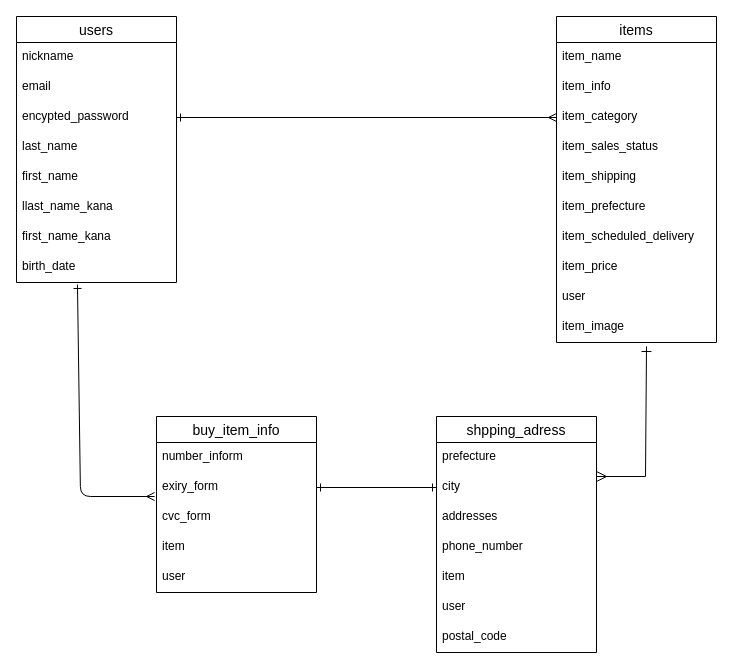
Earlier version of the draw.io diagram test.dio (tamurakenta/furima-39688). Source tidied: cells renumbered, new cells numbered last; positions are measured from the earlier drawing's top-left corner, leaving out a move shared by most shapes. Both pictures are drawn from the tidied source at 100%, with x=0, y=0 at pixel (16, 16).
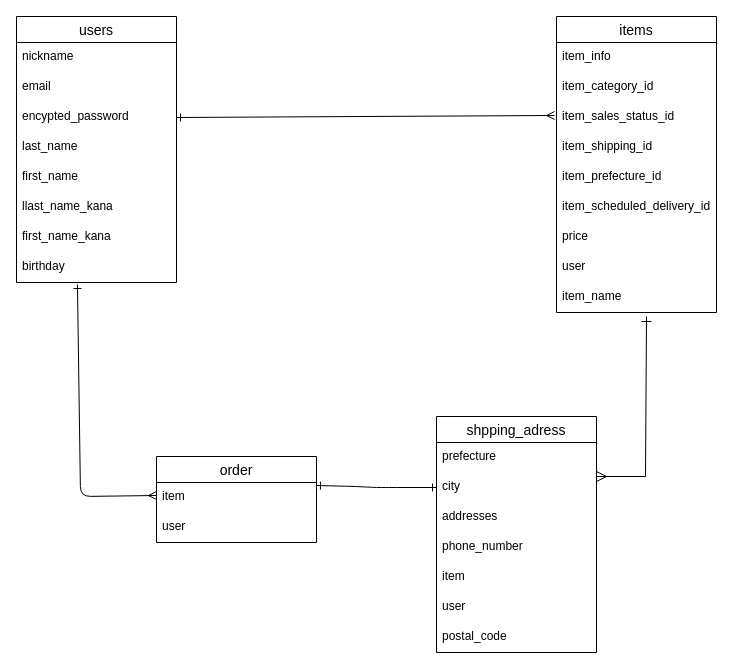
After the change.

The change refers to these unchanged cells:
```xml
<mxCell id="2" value="users" style="swimlane;fontStyle=0;horizontal=1;startSize=26;align=center;fontSize=14;rounded=0;" parent="1" vertex="1">
  <mxGeometry width="160" height="266" as="geometry" />
</mxCell>
<mxCell id="5" value="encypted_password" style="text;strokeColor=none;fillColor=none;spacingLeft=4;spacingRight=4;overflow=hidden;points=[[0,0.5],[1,0.5]];portConstraint=eastwest;fontSize=12;rounded=0;" parent="2" vertex="1">
  <mxGeometry y="86" width="160" height="30" as="geometry" />
</mxCell>
<mxCell id="30" value="city" style="text;strokeColor=none;fillColor=none;spacingLeft=4;spacingRight=4;overflow=hidden;points=[[0,0.5],[1,0.5]];portConstraint=eastwest;fontSize=12;rounded=0;" parent="28" vertex="1">
  <mxGeometry y="56" width="160" height="30" as="geometry" />
</mxCell>
```

The edit, as a diff of the source:
```diff
@@
-    <mxCell id="10" value="birth_date" style="text;strokeColor=none;fillColor=none;spacingLeft=4;spacingRight=4;overflow=hidden;points=[[0,0.5],[1,0.5]];portConstraint=eastwest;fontSize=12;rounded=0;" parent="2" vertex="1">
+    <mxCell id="10" value="birthday" style="text;strokeColor=none;fillColor=none;spacingLeft=4;spacingRight=4;overflow=hidden;points=[[0,0.5],[1,0.5]];portConstraint=eastwest;fontSize=12;rounded=0;" parent="2" vertex="1">
       <mxGeometry y="236" width="160" height="30" as="geometry" />
     </mxCell>
     <mxCell id="11" value="items" style="swimlane;fontStyle=0;horizontal=1;startSize=26;align=center;fontSize=14;rounded=0;" parent="1" vertex="1">
-      <mxGeometry x="540" width="160" height="326" as="geometry" />
+      <mxGeometry x="540" width="160" height="296" as="geometry" />
     </mxCell>
-    <mxCell id="12" value="item_name" style="text;strokeColor=none;fillColor=none;spacingLeft=4;spacingRight=4;overflow=hidden;fontSize=12;rounded=0;" parent="11" vertex="1">
-      <mxGeometry y="26" width="160" height="30" as="geometry" />
-    </mxCell>
     <mxCell id="13" value="item_info" style="text;strokeColor=none;fillColor=none;spacingLeft=4;spacingRight=4;overflow=hidden;fontSize=12;rounded=0;" parent="11" vertex="1">
-      <mxGeometry y="56" width="160" height="30" as="geometry" />
+      <mxGeometry y="26" width="160" height="30" as="geometry" />
     </mxCell>
-    <mxCell id="14" value="item_category" style="text;strokeColor=none;fillColor=none;spacingLeft=4;spacingRight=4;overflow=hidden;points=[[0,0.5],[1,0.5]];portConstraint=eastwest;fontSize=12;" parent="11" vertex="1">
-      <mxGeometry y="86" width="160" height="30" as="geometry" />
+    <mxCell id="14" value="item_category_id" style="text;strokeColor=none;fillColor=none;spacingLeft=4;spacingRight=4;overflow=hidden;points=[[0,0.5],[1,0.5]];portConstraint=eastwest;fontSize=12;" parent="11" vertex="1">
+      <mxGeometry y="56" width="160" height="30" as="geometry" />
     </mxCell>
-    <mxCell id="15" value="item_sales_status" style="text;strokeColor=none;fillColor=none;spacingLeft=4;spacingRight=4;overflow=hidden;points=[[0,0.5],[1,0.5]];portConstraint=eastwest;fontSize=12;" parent="11" vertex="1">
-      <mxGeometry y="116" width="160" height="30" as="geometry" />
+    <mxCell id="15" value="item_sales_status_id" style="text;strokeColor=none;fillColor=none;spacingLeft=4;spacingRight=4;overflow=hidden;points=[[0,0.5],[1,0.5]];portConstraint=eastwest;fontSize=12;" parent="11" vertex="1">
+      <mxGeometry y="86" width="160" height="30" as="geometry" />
     </mxCell>
-    <mxCell id="16" value="item_shipping" style="text;strokeColor=none;fillColor=none;spacingLeft=4;spacingRight=4;overflow=hidden;fontSize=12;" parent="11" vertex="1">
-      <mxGeometry y="146" width="160" height="30" as="geometry" />
+    <mxCell id="16" value="item_shipping_id" style="text;strokeColor=none;fillColor=none;spacingLeft=4;spacingRight=4;overflow=hidden;fontSize=12;" parent="11" vertex="1">
+      <mxGeometry y="116" width="160" height="30" as="geometry" />
     </mxCell>
-    <mxCell id="17" value="item_prefecture" style="text;strokeColor=none;fillColor=none;spacingLeft=4;spacingRight=4;overflow=hidden;fontSize=12;" parent="11" vertex="1">
-      <mxGeometry y="176" width="160" height="30" as="geometry" />
+    <mxCell id="17" value="item_prefecture_id" style="text;strokeColor=none;fillColor=none;spacingLeft=4;spacingRight=4;overflow=hidden;fontSize=12;" parent="11" vertex="1">
+      <mxGeometry y="146" width="160" height="30" as="geometry" />
     </mxCell>
-    <mxCell id="18" value="item_scheduled_delivery" style="text;strokeColor=none;fillColor=none;spacingLeft=4;spacingRight=4;overflow=hidden;fontSize=12;rounded=0;" parent="11" vertex="1">
-      <mxGeometry y="206" width="160" height="30" as="geometry" />
+    <mxCell id="18" value="item_scheduled_delivery_id" style="text;strokeColor=none;fillColor=none;spacingLeft=4;spacingRight=4;overflow=hidden;fontSize=12;rounded=0;" parent="11" vertex="1">
+      <mxGeometry y="176" width="160" height="30" as="geometry" />
     </mxCell>
-    <mxCell id="19" value="item_price" style="text;strokeColor=none;fillColor=none;spacingLeft=4;spacingRight=4;overflow=hidden;fontSize=12;" parent="11" vertex="1">
-      <mxGeometry y="236" width="160" height="30" as="geometry" />
+    <mxCell id="19" value="price" style="text;strokeColor=none;fillColor=none;spacingLeft=4;spacingRight=4;overflow=hidden;fontSize=12;" parent="11" vertex="1">
+      <mxGeometry y="206" width="160" height="30" as="geometry" />
     </mxCell>
     <mxCell id="20" value="user" style="text;strokeColor=none;fillColor=none;spacingLeft=4;spacingRight=4;overflow=hidden;fontSize=12;rounded=0;" parent="11" vertex="1">
-      <mxGeometry y="266" width="160" height="30" as="geometry" />
+      <mxGeometry y="236" width="160" height="30" as="geometry" />
     </mxCell>
-    <mxCell id="21" value="item_image" style="text;strokeColor=none;fillColor=none;spacingLeft=4;spacingRight=4;overflow=hidden;fontSize=12;rounded=0;" parent="11" vertex="1">
-      <mxGeometry y="296" width="160" height="30" as="geometry" />
-    </mxCell>
+    <mxCell id="12" value="item_name" style="text;strokeColor=none;fillColor=none;spacingLeft=4;spacingRight=4;overflow=hidden;fontSize=12;rounded=0;" parent="11" vertex="1">
+      <mxGeometry y="266" width="160" height="30" as="geometry" />
+    </mxCell>
-    <mxCell id="22" value="buy_item_info" style="swimlane;fontStyle=0;horizontal=1;startSize=26;align=center;fontSize=14;rounded=0;" parent="1" vertex="1">
-      <mxGeometry x="140" y="400" width="160" height="176" as="geometry" />
+    <mxCell id="22" value="order" style="swimlane;fontStyle=0;horizontal=1;startSize=26;align=center;fontSize=14;rounded=0;" parent="1" vertex="1">
+      <mxGeometry x="140" y="440" width="160" height="86" as="geometry" />
     </mxCell>
-    <mxCell id="23" value="number_inform" style="text;strokeColor=none;fillColor=none;spacingLeft=4;spacingRight=4;overflow=hidden;fontSize=12;rounded=0;" parent="22" vertex="1">
-      <mxGeometry y="26" width="160" height="30" as="geometry" />
-    </mxCell>
-    <mxCell id="24" value="exiry_form" style="text;strokeColor=none;fillColor=none;spacingLeft=4;spacingRight=4;overflow=hidden;points=[[0,0.5],[1,0.5]];portConstraint=eastwest;fontSize=12;rounded=0;" parent="22" vertex="1">
-      <mxGeometry y="56" width="160" height="30" as="geometry" />
-    </mxCell>
-    <mxCell id="25" value="cvc_form" style="text;strokeColor=none;fillColor=none;spacingLeft=4;spacingRight=4;overflow=hidden;fontSize=12;" parent="22" vertex="1">
-      <mxGeometry y="86" width="160" height="30" as="geometry" />
-    </mxCell>
     <mxCell id="26" value="item" style="text;strokeColor=none;fillColor=none;spacingLeft=4;spacingRight=4;overflow=hidden;points=[[0,0.5],[1,0.5]];portConstraint=eastwest;fontSize=12;" parent="22" vertex="1">
-      <mxGeometry y="116" width="160" height="30" as="geometry" />
+      <mxGeometry y="26" width="160" height="30" as="geometry" />
     </mxCell>
     <mxCell id="27" value="user" style="text;strokeColor=none;fillColor=none;spacingLeft=4;spacingRight=4;overflow=hidden;fontSize=12;rounded=0;" parent="22" vertex="1">
-      <mxGeometry y="146" width="160" height="30" as="geometry" />
+      <mxGeometry y="56" width="160" height="30" as="geometry" />
     </mxCell>
@@
-    <mxCell id="36" style="edgeStyle=none;html=1;exitX=1;exitY=0.5;exitDx=0;exitDy=0;entryX=0;entryY=0.5;entryDx=0;entryDy=0;endArrow=ERmany;endFill=0;startArrow=ERone;startFill=0;" parent="1" edge="1" source="5" target="14">
+    <mxCell id="36" style="edgeStyle=none;html=1;exitX=1;exitY=0.5;exitDx=0;exitDy=0;entryX=-0.012;entryY=0.433;entryDx=0;entryDy=0;endArrow=ERmany;endFill=0;startArrow=ERone;startFill=0;entryPerimeter=0;" parent="1" edge="1" source="5" target="15">
       <mxGeometry relative="1" as="geometry" />
     </mxCell>
-    <mxCell id="37" style="edgeStyle=none;html=1;entryX=-0.012;entryY=0.8;entryDx=0;entryDy=0;entryPerimeter=0;startArrow=ERone;startFill=0;endArrow=ERmany;endFill=0;exitX=0.381;exitY=1.067;exitDx=0;exitDy=0;exitPerimeter=0;" parent="1" edge="1" source="10" target="24">
+    <mxCell id="37" style="edgeStyle=none;html=1;entryX=0;entryY=0.433;entryDx=0;entryDy=0;entryPerimeter=0;startArrow=ERone;startFill=0;endArrow=ERmany;endFill=0;exitX=0.381;exitY=1.067;exitDx=0;exitDy=0;exitPerimeter=0;" parent="1" edge="1" source="10" target="26">
       <mxGeometry relative="1" as="geometry">
         <Array as="points">
           <mxPoint x="64" y="480" />
         </Array>
       </mxGeometry>
     </mxCell>
     <mxCell id="38" style="edgeStyle=segmentEdgeStyle;endArrow=ERone;html=1;curved=0;rounded=0;endSize=8;startSize=8;endFill=0;startArrow=ERmany;startFill=0;" parent="1" edge="1">
       <mxGeometry relative="1" as="geometry">
         <mxPoint x="580" y="460" as="sourcePoint" />
-        <mxPoint x="630" y="330" as="targetPoint" />
+        <mxPoint x="630" y="300" as="targetPoint" />
         <Array as="points">
           <mxPoint x="629" y="460" />
         </Array>
       </mxGeometry>
     </mxCell>
-    <mxCell id="39" style="edgeStyle=none;html=1;exitX=1;exitY=0.5;exitDx=0;exitDy=0;startArrow=ERone;startFill=0;endArrow=ERone;endFill=0;entryX=0;entryY=0.5;entryDx=0;entryDy=0;" parent="1" edge="1" source="24" target="30">
-      <mxGeometry relative="1" as="geometry" />
+    <mxCell id="39" style="edgeStyle=none;html=1;exitX=1;exitY=0.1;exitDx=0;exitDy=0;startArrow=ERone;startFill=0;endArrow=ERone;endFill=0;entryX=0;entryY=0.5;entryDx=0;entryDy=0;exitPerimeter=0;" parent="1" edge="1" source="26" target="30">
+      <mxGeometry relative="1" as="geometry">
+        <Array as="points">
+          <mxPoint x="340" y="470" />
+          <mxPoint x="360" y="471" />
+          <mxPoint x="370" y="471" />
+        </Array>
+      </mxGeometry>
     </mxCell>
```
